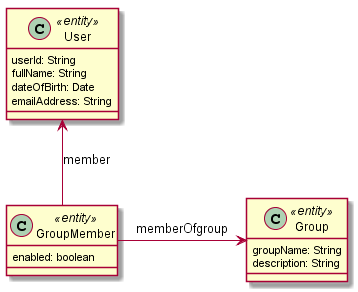
Before: src/docs/images/spring-data-rest-demo-data-model.png, a diagram exported from PlantUML (corneil/spring-data-rest-angular-demo).
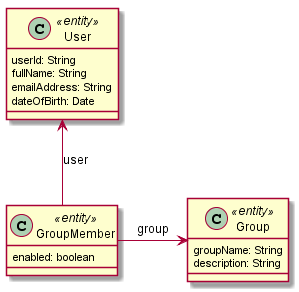
Above is the later version.

Diff of the diagram source:
```diff
@@ -3,8 +3,8 @@
 class User << entity >> {
     userId: String
     fullName: String
+    emailAddress: String
     dateOfBirth: Date
-    emailAddress: String
 }
 class Group << entity >> {
     groupName: String
@@ -14,7 +14,7 @@
     enabled: boolean
 }
 
-GroupMember -right-> Group: memberOfgroup
-GroupMember -up-> User: member
+GroupMember -right-> Group: group
+User <-up- GroupMember: user
 
 @enduml
```
